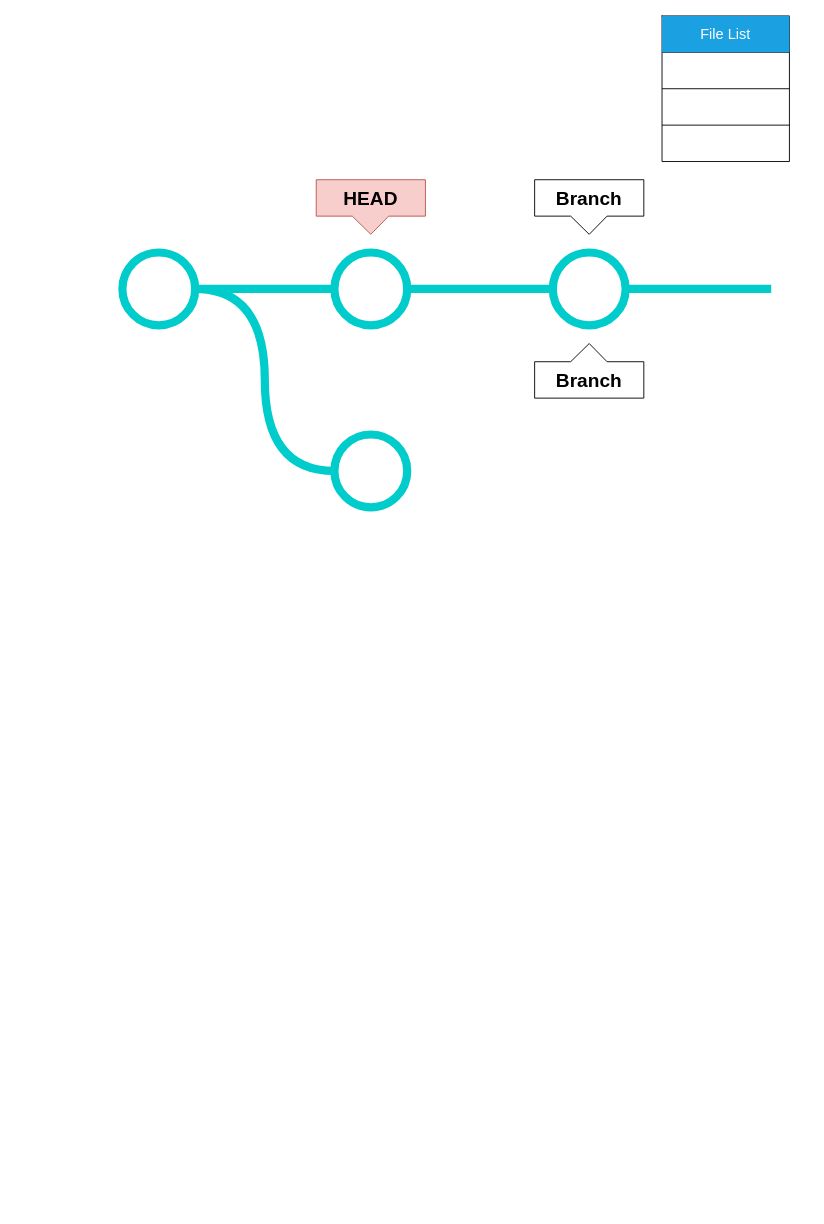
Before: assets/drawio/git_version_manage.drawio in whdrns2013/whdrns2013.github.io, a draw.io diagram. Source tidied: cells renumbered, new cells numbered last; positions are measured from the earlier drawing's top-left corner, leaving out a move shared by most shapes. Both pictures are drawn from the tidied source at 91%, with x=0, y=0 at pixel (122, 15).
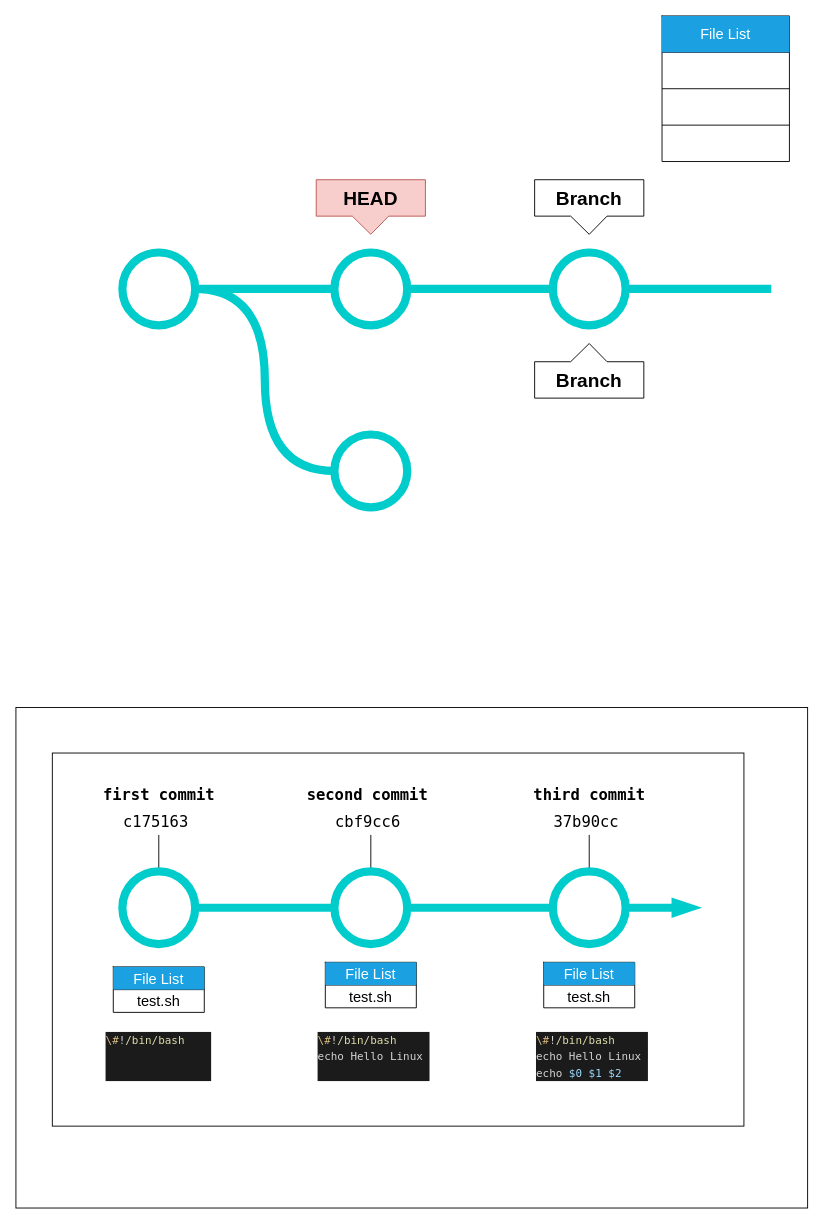
Above is the later version.

Change to the diagram source:
```diff
@@
+    <mxCell id="22" style="rounded=0;whiteSpace=wrap;html=1;" parent="1" vertex="1">
+      <mxGeometry x="-117" y="760" width="870" height="550" as="geometry" />
+    </mxCell>
+    <mxCell id="23" style="rounded=0;whiteSpace=wrap;html=1;" parent="1" vertex="1">
+      <mxGeometry x="-77" y="810" width="760" height="410" as="geometry" />
+    </mxCell>
@@
+    <mxCell id="24" style="edgeStyle=orthogonalEdgeStyle;rounded=0;jettySize=auto;html=1;exitX=1;exitY=0.5;exitDx=0;exitDy=0;entryX=0;entryY=0.5;entryDx=0;entryDy=0;strokeWidth=9;endArrow=none;endFill=0;curved=1;strokeColor=#00CCCC;" parent="1" edge="1" source="26" target="28">
+      <mxGeometry relative="1" as="geometry" />
+    </mxCell>
+    <mxCell id="25" style="edgeStyle=orthogonalEdgeStyle;rounded=0;jettySize=auto;html=1;exitX=0.5;exitY=0;exitDx=0;exitDy=0;endArrow=none;endFill=0;" parent="1" edge="1" source="26">
+      <mxGeometry relative="1" as="geometry">
+        <mxPoint x="40" y="900" as="targetPoint" />
+      </mxGeometry>
+    </mxCell>
+    <mxCell id="26" style="ellipse;whiteSpace=wrap;html=1;strokeColor=#00CCCC;strokeWidth=9;" parent="1" vertex="1">
+      <mxGeometry y="940" width="80" height="80" as="geometry" />
+    </mxCell>
+    <mxCell id="27" style="edgeStyle=orthogonalEdgeStyle;rounded=0;jettySize=auto;html=1;exitX=0.5;exitY=0;exitDx=0;exitDy=0;endArrow=none;endFill=0;" parent="1" edge="1" source="28">
+      <mxGeometry relative="1" as="geometry">
+        <mxPoint x="273" y="900" as="targetPoint" />
+      </mxGeometry>
+    </mxCell>
+    <mxCell id="28" style="ellipse;whiteSpace=wrap;html=1;strokeColor=#00CCCC;strokeWidth=9;" parent="1" vertex="1">
+      <mxGeometry x="233" y="940" width="80" height="80" as="geometry" />
+    </mxCell>
+    <mxCell id="29" style="edgeStyle=orthogonalEdgeStyle;rounded=0;jettySize=auto;html=1;strokeWidth=9;endArrow=blockThin;endFill=1;curved=1;strokeColor=#00CCCC;exitX=1;exitY=0.5;exitDx=0;exitDy=0;" parent="1" edge="1" source="32">
+      <mxGeometry relative="1" as="geometry">
+        <mxPoint x="633" y="980" as="targetPoint" />
+      </mxGeometry>
+    </mxCell>
+    <mxCell id="30" style="edgeStyle=orthogonalEdgeStyle;rounded=0;jettySize=auto;html=1;exitX=1;exitY=0.5;exitDx=0;exitDy=0;entryX=0;entryY=0.5;entryDx=0;entryDy=0;strokeWidth=9;endArrow=none;endFill=0;curved=1;strokeColor=#00CCCC;" parent="1" edge="1" source="28" target="32">
+      <mxGeometry relative="1" as="geometry" />
+    </mxCell>
+    <mxCell id="31" style="edgeStyle=orthogonalEdgeStyle;rounded=0;jettySize=auto;html=1;exitX=0.5;exitY=0;exitDx=0;exitDy=0;endArrow=none;endFill=0;" parent="1" edge="1" source="32">
+      <mxGeometry relative="1" as="geometry">
+        <mxPoint x="513" y="900" as="targetPoint" />
+      </mxGeometry>
+    </mxCell>
+    <mxCell id="32" style="ellipse;whiteSpace=wrap;html=1;strokeColor=#00CCCC;strokeWidth=9;" parent="1" vertex="1">
+      <mxGeometry x="473" y="940" width="80" height="80" as="geometry" />
+    </mxCell>
+    <mxCell id="33" value="&lt;div style=&quot;font-family: Menlo, Monaco, &amp;quot;Courier New&amp;quot;, monospace; line-height: 18px; white-space: pre; font-size: 17px;&quot;&gt;&lt;span style=&quot;font-size: 17px;&quot;&gt;c175163&lt;/span&gt;&lt;/div&gt;" style="text;strokeColor=none;align=center;fillColor=none;html=1;verticalAlign=middle;whiteSpace=wrap;rounded=0;labelBackgroundColor=none;fontColor=default;fontSize=17;" parent="1" vertex="1">
+      <mxGeometry x="6.5" y="870" width="60" height="30" as="geometry" />
+    </mxCell>
+    <mxCell id="34" value="&lt;div style=&quot;font-family: Menlo, Monaco, &amp;quot;Courier New&amp;quot;, monospace; line-height: 18px; white-space: pre; font-size: 17px;&quot;&gt;&lt;div style=&quot;line-height: 18px; font-size: 17px;&quot;&gt;&lt;span style=&quot;font-size: 17px;&quot;&gt;cbf9cc6&lt;/span&gt;&lt;/div&gt;&lt;/div&gt;" style="text;strokeColor=none;align=center;fillColor=none;html=1;verticalAlign=middle;whiteSpace=wrap;rounded=0;labelBackgroundColor=none;fontColor=default;fontSize=17;" parent="1" vertex="1">
+      <mxGeometry x="239.5" y="870" width="60" height="30" as="geometry" />
+    </mxCell>
+    <mxCell id="35" value="&lt;div style=&quot;font-family: Menlo, Monaco, &amp;quot;Courier New&amp;quot;, monospace; line-height: 18px; white-space: pre; font-size: 17px;&quot;&gt;&lt;div style=&quot;line-height: 18px; font-size: 17px;&quot;&gt;&lt;div style=&quot;line-height: 18px; font-size: 17px;&quot;&gt;&lt;span style=&quot;font-size: 17px;&quot;&gt;37b90cc&lt;/span&gt;&lt;/div&gt;&lt;/div&gt;&lt;/div&gt;" style="text;strokeColor=none;align=center;fillColor=none;html=1;verticalAlign=middle;whiteSpace=wrap;rounded=0;labelBackgroundColor=none;fontColor=default;fontSize=17;" parent="1" vertex="1">
+      <mxGeometry x="479.5" y="870" width="60" height="30" as="geometry" />
+    </mxCell>
+    <mxCell id="36" value="&lt;div style=&quot;font-family: Menlo, Monaco, &amp;quot;Courier New&amp;quot;, monospace; line-height: 18px; white-space: pre; font-size: 17px;&quot;&gt;first commit&lt;/div&gt;" style="text;strokeColor=none;align=center;fillColor=none;html=1;verticalAlign=middle;whiteSpace=wrap;rounded=0;labelBackgroundColor=none;fontColor=default;fontStyle=1;fontSize=17;" parent="1" vertex="1">
+      <mxGeometry x="-13.2" y="840" width="106.5" height="30" as="geometry" />
+    </mxCell>
+    <mxCell id="37" value="&lt;div style=&quot;font-family: Menlo, Monaco, &amp;quot;Courier New&amp;quot;, monospace; line-height: 18px; white-space: pre; font-size: 17px;&quot;&gt;second commit&lt;/div&gt;" style="text;strokeColor=none;align=center;fillColor=none;html=1;verticalAlign=middle;whiteSpace=wrap;rounded=0;labelBackgroundColor=none;fontColor=default;fontStyle=1;fontSize=17;" parent="1" vertex="1">
+      <mxGeometry x="216.2" y="840" width="106.5" height="30" as="geometry" />
+    </mxCell>
+    <mxCell id="38" value="&lt;div style=&quot;font-family: Menlo, Monaco, &amp;quot;Courier New&amp;quot;, monospace; line-height: 18px; white-space: pre; font-size: 17px;&quot;&gt;third commit&lt;/div&gt;" style="text;strokeColor=none;align=center;fillColor=none;html=1;verticalAlign=middle;whiteSpace=wrap;rounded=0;labelBackgroundColor=none;fontColor=default;fontStyle=1;fontSize=17;" parent="1" vertex="1">
+      <mxGeometry x="459.8" y="840" width="106.5" height="30" as="geometry" />
+    </mxCell>
+    <mxCell id="39" style="shape=table;startSize=0;childLayout=tableLayout;fontSize=16;" parent="1" vertex="1">
+      <mxGeometry x="-10" y="1045" width="100" height="50" as="geometry" />
+    </mxCell>
+    <mxCell id="40" style="shape=tableRow;horizontal=0;startSize=0;swimlaneHead=0;swimlaneBody=0;strokeColor=inherit;top=0;left=0;bottom=0;right=0;fillColor=none;fontSize=16;" parent="39" vertex="1">
+      <mxGeometry width="100" height="25" as="geometry" />
+    </mxCell>
+    <mxCell id="41" value="File List" style="shape=partialRectangle;html=1;whiteSpace=wrap;strokeColor=#006EAF;overflow=hidden;fillColor=#1ba1e2;top=0;left=0;bottom=0;right=0;fontSize=16;fontColor=#ffffff;" parent="40" vertex="1">
+      <mxGeometry width="100" height="25" as="geometry" />
+    </mxCell>
+    <mxCell id="42" style="shape=tableRow;horizontal=0;startSize=0;swimlaneHead=0;swimlaneBody=0;strokeColor=inherit;top=0;left=0;bottom=0;right=0;fillColor=none;fontSize=16;" parent="39" vertex="1">
+      <mxGeometry y="25" width="100" height="25" as="geometry" />
+    </mxCell>
+    <mxCell id="43" value="test.sh" style="shape=partialRectangle;html=1;whiteSpace=wrap;strokeColor=inherit;overflow=hidden;fillColor=none;top=0;left=0;bottom=0;right=0;fontSize=16;" parent="42" vertex="1">
+      <mxGeometry width="100" height="25" as="geometry" />
+    </mxCell>
+    <mxCell id="44" style="shape=table;startSize=0;childLayout=tableLayout;fontSize=16;" parent="1" vertex="1">
+      <mxGeometry x="223" y="1040" width="100" height="50" as="geometry" />
+    </mxCell>
+    <mxCell id="45" style="shape=tableRow;horizontal=0;startSize=0;swimlaneHead=0;swimlaneBody=0;strokeColor=inherit;top=0;left=0;bottom=0;right=0;fillColor=none;fontSize=16;" parent="44" vertex="1">
+      <mxGeometry width="100" height="25" as="geometry" />
+    </mxCell>
+    <mxCell id="46" value="File List" style="shape=partialRectangle;html=1;whiteSpace=wrap;strokeColor=#006EAF;overflow=hidden;fillColor=#1ba1e2;top=0;left=0;bottom=0;right=0;fontSize=16;fontColor=#ffffff;" parent="45" vertex="1">
+      <mxGeometry width="100" height="25" as="geometry" />
+    </mxCell>
+    <mxCell id="47" style="shape=tableRow;horizontal=0;startSize=0;swimlaneHead=0;swimlaneBody=0;strokeColor=inherit;top=0;left=0;bottom=0;right=0;fillColor=none;fontSize=16;" parent="44" vertex="1">
+      <mxGeometry y="25" width="100" height="25" as="geometry" />
+    </mxCell>
+    <mxCell id="48" value="test.sh" style="shape=partialRectangle;html=1;whiteSpace=wrap;strokeColor=inherit;overflow=hidden;fillColor=none;top=0;left=0;bottom=0;right=0;fontSize=16;" parent="47" vertex="1">
+      <mxGeometry width="100" height="25" as="geometry" />
+    </mxCell>
+    <mxCell id="49" style="shape=table;startSize=0;childLayout=tableLayout;fontSize=16;" parent="1" vertex="1">
+      <mxGeometry x="463" y="1040" width="100" height="50" as="geometry" />
+    </mxCell>
+    <mxCell id="50" style="shape=tableRow;horizontal=0;startSize=0;swimlaneHead=0;swimlaneBody=0;strokeColor=inherit;top=0;left=0;bottom=0;right=0;fillColor=none;fontSize=16;" parent="49" vertex="1">
+      <mxGeometry width="100" height="25" as="geometry" />
+    </mxCell>
+    <mxCell id="51" value="File List" style="shape=partialRectangle;html=1;whiteSpace=wrap;strokeColor=#006EAF;overflow=hidden;fillColor=#1ba1e2;top=0;left=0;bottom=0;right=0;fontSize=16;fontColor=#ffffff;" parent="50" vertex="1">
+      <mxGeometry width="100" height="25" as="geometry" />
+    </mxCell>
+    <mxCell id="52" style="shape=tableRow;horizontal=0;startSize=0;swimlaneHead=0;swimlaneBody=0;strokeColor=inherit;top=0;left=0;bottom=0;right=0;fillColor=none;fontSize=16;" parent="49" vertex="1">
+      <mxGeometry y="25" width="100" height="25" as="geometry" />
+    </mxCell>
+    <mxCell id="53" value="test.sh" style="shape=partialRectangle;html=1;whiteSpace=wrap;strokeColor=inherit;overflow=hidden;fillColor=none;top=0;left=0;bottom=0;right=0;fontSize=16;" parent="52" vertex="1">
+      <mxGeometry width="100" height="25" as="geometry" />
+    </mxCell>
+    <mxCell id="54" value="&lt;div style=&quot;color: #cccccc;background-color: #1b1b1b;font-family: Menlo, Monaco, 'Courier New', monospace;font-weight: normal;font-size: 12px;line-height: 18px;white-space: pre;&quot;&gt;&lt;div&gt;&lt;span style=&quot;color: #d7ba7d;&quot;&gt;\#&lt;/span&gt;&lt;span style=&quot;color: #d4d4d4;&quot;&gt;!&lt;/span&gt;&lt;span style=&quot;color: #dcdcaa;&quot;&gt;/bin/bash&lt;/span&gt;&lt;/div&gt;&lt;div&gt;&lt;span style=&quot;color: #d4d4d4;&quot;&gt;echo Hello Linux &lt;/span&gt;&lt;/div&gt;&lt;div&gt;&lt;span style=&quot;color: #d4d4d4;&quot;&gt;echo &lt;/span&gt;&lt;span style=&quot;color: #9cdcfe;&quot;&gt;$0&lt;/span&gt;&lt;span style=&quot;color: #d4d4d4;&quot;&gt; &lt;/span&gt;&lt;span style=&quot;color: #9cdcfe;&quot;&gt;$1&lt;/span&gt;&lt;span style=&quot;color: #d4d4d4;&quot;&gt; &lt;/span&gt;&lt;span style=&quot;color: #9cdcfe;&quot;&gt;$2&lt;/span&gt;&lt;/div&gt;&lt;/div&gt;" style="text;whiteSpace=wrap;html=1;" parent="1" vertex="1">
+      <mxGeometry x="453" y="1110" width="120" height="70" as="geometry" />
+    </mxCell>
+    <mxCell id="55" value="&lt;div style=&quot;color: #cccccc;background-color: #1b1b1b;font-family: Menlo, Monaco, 'Courier New', monospace;font-weight: normal;font-size: 12px;line-height: 18px;white-space: pre;&quot;&gt;&lt;div&gt;&lt;span style=&quot;color: #d7ba7d;&quot;&gt;\#&lt;/span&gt;&lt;span style=&quot;color: #d4d4d4;&quot;&gt;!&lt;/span&gt;&lt;span style=&quot;color: #dcdcaa;&quot;&gt;/bin/bash&lt;/span&gt;&lt;/div&gt;&lt;div&gt;&lt;span style=&quot;color: #d4d4d4;&quot;&gt;echo Hello Linux &lt;/span&gt;&lt;/div&gt;&lt;div&gt;&lt;br&gt;&lt;/div&gt;&lt;/div&gt;" style="text;whiteSpace=wrap;html=1;" parent="1" vertex="1">
+      <mxGeometry x="213" y="1110" width="120" height="70" as="geometry" />
+    </mxCell>
+    <mxCell id="56" value="&lt;div style=&quot;color: #cccccc;background-color: #1b1b1b;font-family: Menlo, Monaco, 'Courier New', monospace;font-weight: normal;font-size: 12px;line-height: 18px;white-space: pre;&quot;&gt;&lt;div&gt;&lt;span style=&quot;color: #d7ba7d;&quot;&gt;\#&lt;/span&gt;&lt;span style=&quot;color: #d4d4d4;&quot;&gt;!&lt;/span&gt;&lt;span style=&quot;color: #dcdcaa;&quot;&gt;/bin/bash    &lt;/span&gt;&lt;/div&gt;&lt;div&gt;&lt;br&gt;&lt;/div&gt;&lt;div&gt;&lt;br&gt;&lt;/div&gt;&lt;/div&gt;" style="text;whiteSpace=wrap;html=1;" parent="1" vertex="1">
+      <mxGeometry x="-20" y="1110" width="120" height="70" as="geometry" />
+    </mxCell>
```
